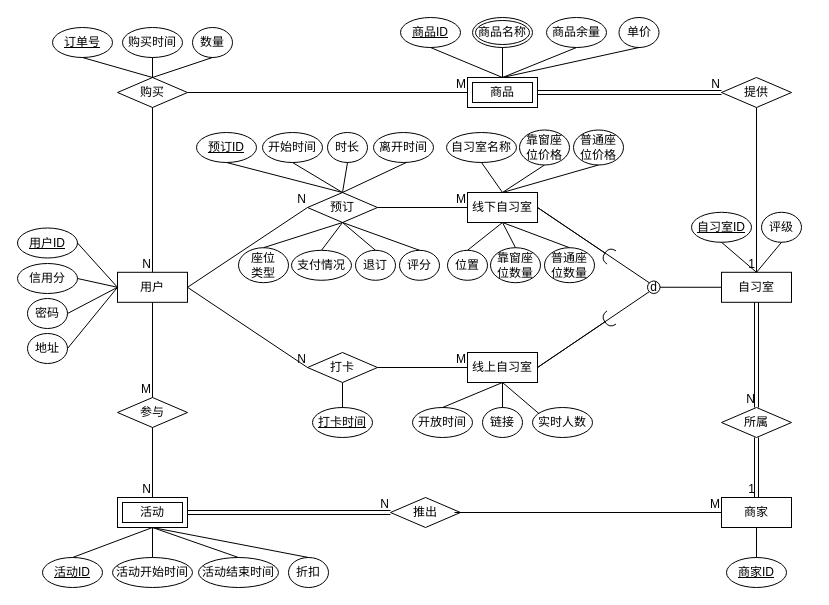
Earlier version of the draw.io diagram 未命名绘图.drawio (wuhongmei/pic). Source tidied: cells renumbered, new cells numbered last; positions are measured from the earlier drawing's top-left corner, leaving out a move shared by most shapes. Both pictures are drawn from the tidied source at 100%, with x=0, y=0 at pixel (17, 17).
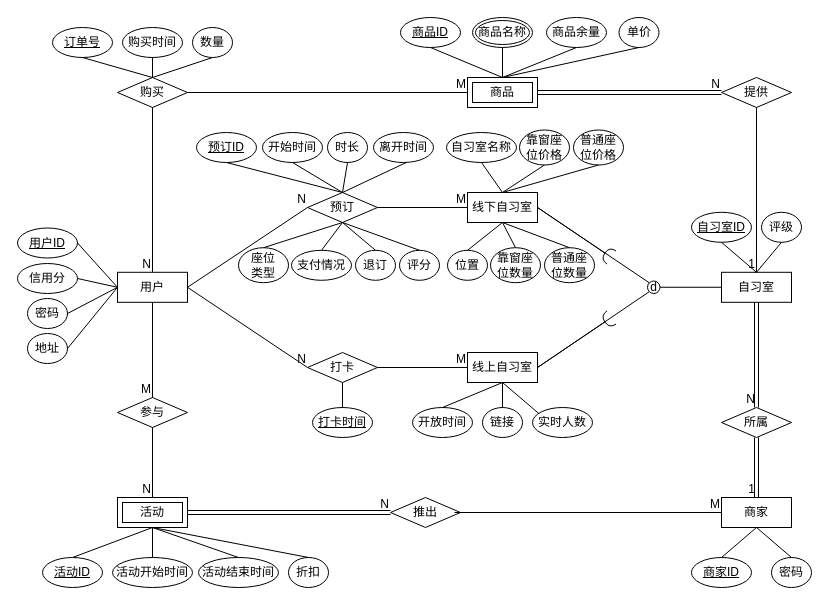
The same diagram, later.

The change refers to these unchanged cells:
```xml
<mxCell id="6" value="商家" style="whiteSpace=wrap;html=1;align=center;" parent="1" vertex="1">
  <mxGeometry x="704" y="480" width="70" height="30" as="geometry" />
</mxCell>
```

Diff of the diagram source:
```diff
@@
     <mxCell id="41" value="商家ID" style="ellipse;whiteSpace=wrap;html=1;align=center;fontStyle=4;" parent="1" vertex="1">
-      <mxGeometry x="709" y="540" width="60" height="30" as="geometry" />
+      <mxGeometry x="674" y="540" width="60" height="30" as="geometry" />
     </mxCell>
@@
+    <mxCell id="122" value="密码" style="ellipse;whiteSpace=wrap;html=1;align=center;" parent="1" vertex="1">
+      <mxGeometry x="754" y="540" width="40" height="30" as="geometry" />
+    </mxCell>
+    <mxCell id="123" style="endArrow=none;html=1;rounded=0;entryX=0.5;entryY=0;entryDx=0;entryDy=0;exitX=0.5;exitY=1;exitDx=0;exitDy=0;" parent="1" edge="1" source="6" target="122">
+      <mxGeometry relative="1" as="geometry" />
+    </mxCell>
```
